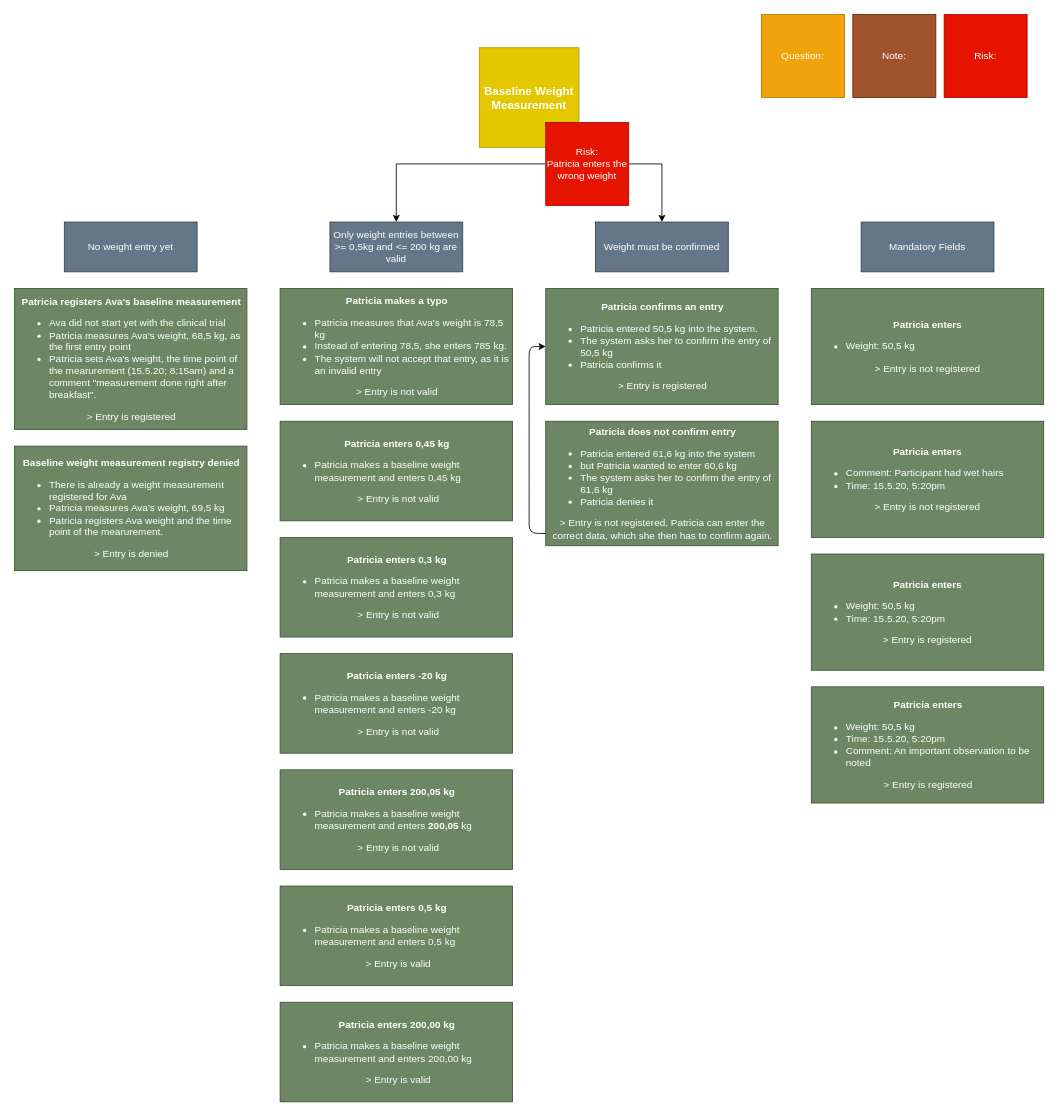
The draw.io diagram jba-documents/ExampleMap_bddoq-26.drawio in sableu/BDD4OQ, before the edit. Source tidied: cells renumbered, new cells numbered last; positions are measured from the earlier drawing's top-left corner, leaving out a move shared by most shapes. Both pictures are drawn from the tidied source at 83%, with x=0, y=0 at pixel (14, 14).
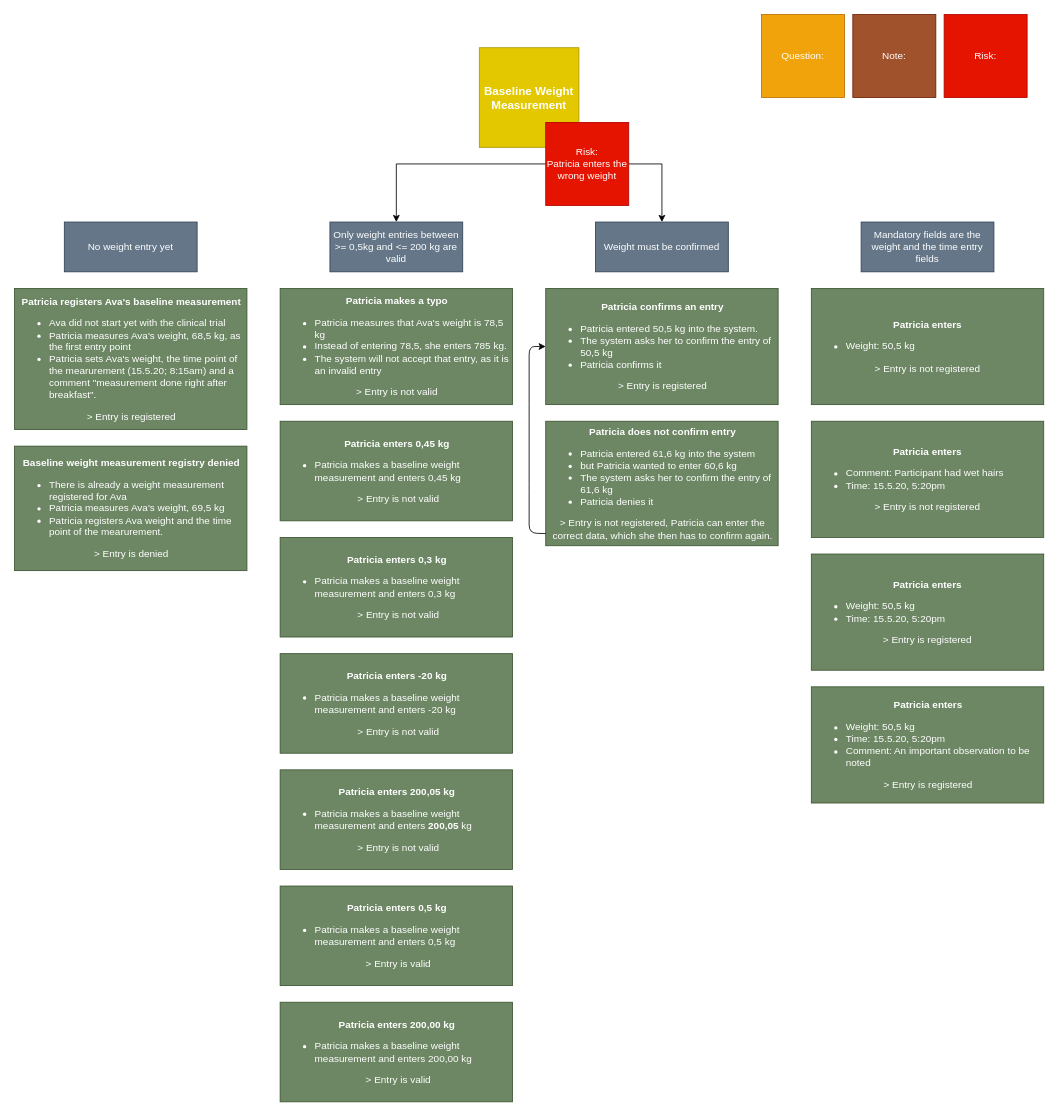
After the change.

Diff of the diagram source:
```diff
@@
-    <mxCell id="23" value="Mandatory Fields" style="rounded=0;whiteSpace=wrap;html=1;fillColor=#647687;strokeColor=#314354;fontColor=#ffffff;" parent="1" vertex="1">
+    <mxCell id="23" value="Mandatory fields are the weight and the time entry fields" style="rounded=0;whiteSpace=wrap;html=1;fillColor=#647687;strokeColor=#314354;fontColor=#ffffff;" parent="1" vertex="1">
       <mxGeometry x="1020" y="250" width="160" height="60" as="geometry" />
     </mxCell>
```
